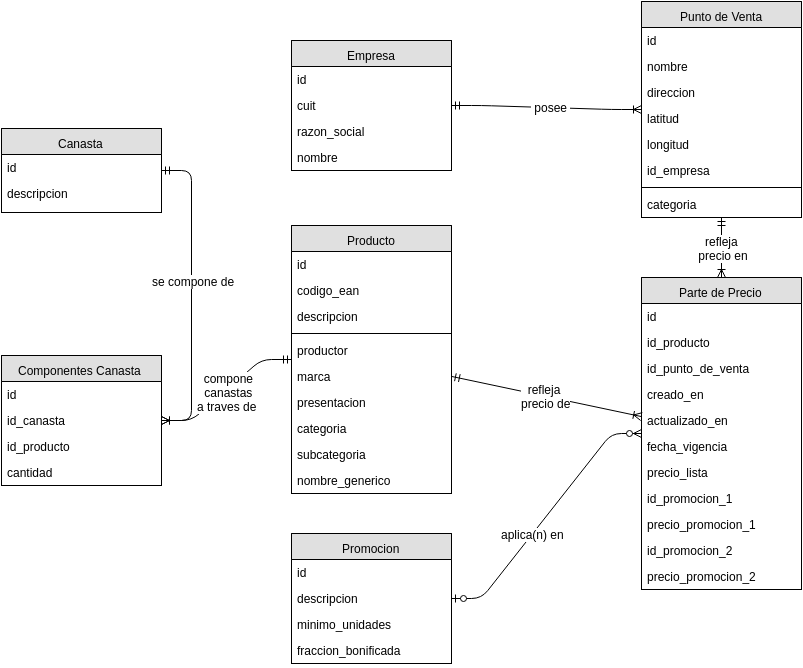
Earlier version of the draw.io export img/der-completo.png (capitantoto/sepa). Source tidied: cells renumbered, new cells last; positions are measured from the earlier drawing's top-left corner, leaving out a move shared by most shapes.
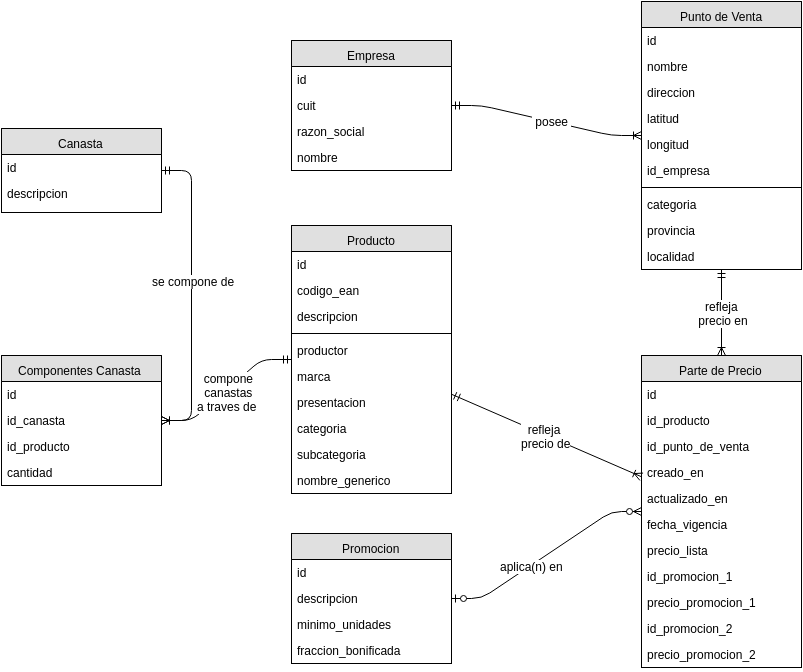
The same file after the commit.

Change to the diagram source:
```diff
@@ -3,7 +3,7 @@
     <mxCell id="0" />
     <mxCell id="1" parent="0" />
     <mxCell id="2" value="Punto de Venta" style="swimlane;html=1;fontStyle=0;horizontal=1;startSize=26;fillColor=#e0e0e0;swimlaneFillColor=#ffffff;align=center;" parent="1" vertex="1">
-      <mxGeometry x="640" width="160" height="216" as="geometry" />
+      <mxGeometry x="640" width="160" height="268" as="geometry" />
     </mxCell>
     <mxCell id="3" value="&lt;div&gt;id&lt;/div&gt;" style="text;html=1;strokeColor=none;fillColor=none;spacingLeft=4;spacingRight=4;whiteSpace=wrap;overflow=hidden;" parent="2" vertex="1">
       <mxGeometry y="26" width="160" height="26" as="geometry" />
@@ -29,6 +29,12 @@
     <mxCell id="10" value="categoria" style="text;html=1;strokeColor=none;fillColor=none;spacingLeft=4;spacingRight=4;whiteSpace=wrap;overflow=hidden;" parent="2" vertex="1">
       <mxGeometry y="190" width="160" height="26" as="geometry" />
     </mxCell>
+    <mxCell id="62" value="provincia" style="text;html=1;strokeColor=none;fillColor=none;spacingLeft=4;spacingRight=4;whiteSpace=wrap;overflow=hidden;" parent="2" vertex="1">
+      <mxGeometry y="216" width="160" height="26" as="geometry" />
+    </mxCell>
+    <mxCell id="63" value="localidad" style="text;html=1;strokeColor=none;fillColor=none;spacingLeft=4;spacingRight=4;whiteSpace=wrap;overflow=hidden;" parent="2" vertex="1">
+      <mxGeometry y="242" width="160" height="26" as="geometry" />
+    </mxCell>
     <mxCell id="11" value="Empresa" style="swimlane;html=1;fontStyle=0;horizontal=1;startSize=26;fillColor=#e0e0e0;swimlaneFillColor=#ffffff;align=center;" parent="1" vertex="1">
       <mxGeometry x="290" y="39" width="160" height="130" as="geometry" />
     </mxCell>
@@ -78,7 +84,7 @@
       <mxGeometry y="242" width="160" height="26" as="geometry" />
     </mxCell>
     <mxCell id="27" value="Parte de Precio" style="swimlane;html=1;fontStyle=0;horizontal=1;startSize=26;fillColor=#e0e0e0;swimlaneFillColor=#ffffff;align=center;" parent="1" vertex="1">
-      <mxGeometry x="640" y="276" width="160" height="312" as="geometry" />
+      <mxGeometry x="640" y="354" width="160" height="312" as="geometry" />
     </mxCell>
     <mxCell id="28" value="id" style="text;html=1;strokeColor=none;fillColor=none;spacingLeft=4;spacingRight=4;whiteSpace=wrap;overflow=hidden;" parent="27" vertex="1">
       <mxGeometry y="26" width="160" height="26" as="geometry" />
```
